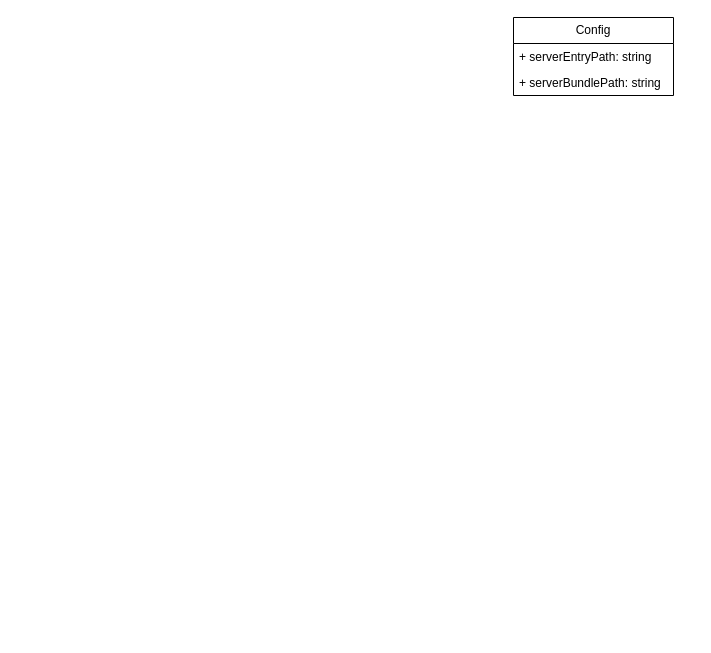
This is ssr.drawio from notthistrain/learn-gl, a draw.io file, before an edit. Source tidied: cells renumbered, new cells numbered last; positions are measured from the earlier drawing's top-left corner, leaving out a move shared by most shapes. Both pictures are drawn from the tidied source at 100%, with x=0, y=0 at pixel (513, 17).
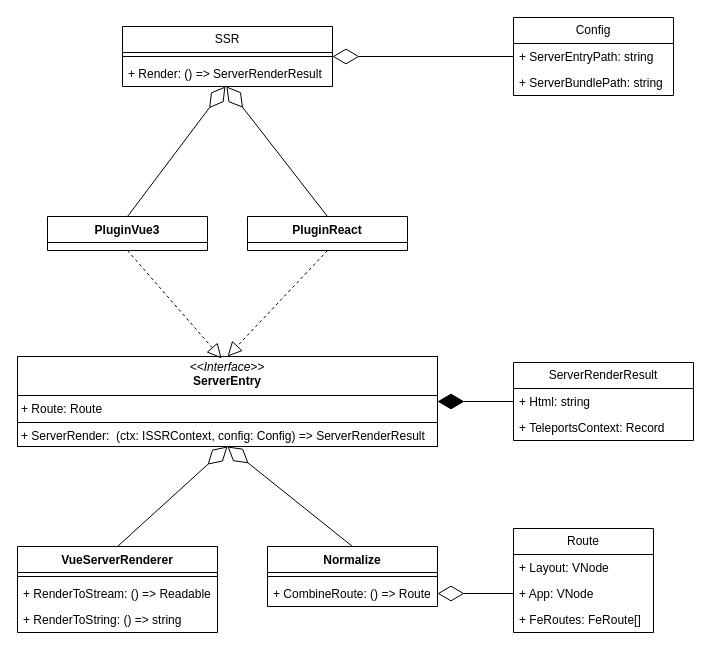
The same page after the edit.

Unchanged cells that the change refers to:
```xml
<mxCell id="2" value="Config" style="swimlane;fontStyle=0;horizontal=1;startSize=26;fillColor=none;whiteSpace=wrap;html=1;" parent="1" vertex="1">
  <mxGeometry width="160" height="78" as="geometry" />
</mxCell>
```

Change to the diagram source:
```diff
@@
-    <mxCell id="3" value="+ serverEntryPath: string" style="text;strokeColor=none;fillColor=none;align=left;verticalAlign=top;spacingLeft=4;spacingRight=4;overflow=hidden;points=[[0,0.5],[1,0.5]];portConstraint=eastwest;whiteSpace=wrap;html=1;" parent="2" vertex="1">
+    <mxCell id="3" value="+ ServerEntryPath: string" style="text;strokeColor=none;fillColor=none;align=left;verticalAlign=top;spacingLeft=4;spacingRight=4;overflow=hidden;points=[[0,0.5],[1,0.5]];portConstraint=eastwest;whiteSpace=wrap;html=1;" parent="2" vertex="1">
       <mxGeometry y="26" width="160" height="26" as="geometry" />
     </mxCell>
-    <mxCell id="4" value="+ serverBundlePath: string" style="text;strokeColor=none;fillColor=none;align=left;verticalAlign=top;spacingLeft=4;spacingRight=4;overflow=hidden;whiteSpace=wrap;html=1;" parent="2" vertex="1">
+    <mxCell id="4" value="+ ServerBundlePath: string" style="text;strokeColor=none;fillColor=none;align=left;verticalAlign=top;spacingLeft=4;spacingRight=4;overflow=hidden;whiteSpace=wrap;html=1;" parent="2" vertex="1">
       <mxGeometry y="52" width="160" height="26" as="geometry" />
     </mxCell>
+    <mxCell id="5" value="Route" style="swimlane;fontStyle=0;horizontal=1;startSize=26;fillColor=none;whiteSpace=wrap;html=1;" parent="1" vertex="1">
+      <mxGeometry y="511" width="140" height="104" as="geometry" />
+    </mxCell>
+    <mxCell id="6" value="+ Layout: VNode" style="text;strokeColor=none;fillColor=none;align=left;verticalAlign=top;spacingLeft=4;spacingRight=4;overflow=hidden;whiteSpace=wrap;html=1;" parent="5" vertex="1">
+      <mxGeometry y="26" width="140" height="26" as="geometry" />
+    </mxCell>
+    <mxCell id="7" value="+ App: VNode" style="text;strokeColor=none;fillColor=none;align=left;verticalAlign=top;spacingLeft=4;spacingRight=4;overflow=hidden;points=[[0,0.5],[1,0.5]];portConstraint=eastwest;whiteSpace=wrap;html=1;" parent="5" vertex="1">
+      <mxGeometry y="52" width="140" height="26" as="geometry" />
+    </mxCell>
+    <mxCell id="8" value="+ FeRoutes: FeRoute[]" style="text;strokeColor=none;fillColor=none;align=left;verticalAlign=top;spacingLeft=4;spacingRight=4;overflow=hidden;whiteSpace=wrap;html=1;" parent="5" vertex="1">
+      <mxGeometry y="78" width="140" height="26" as="geometry" />
+    </mxCell>
+    <mxCell id="9" value="&lt;p style=&quot;margin:0px;margin-top:4px;text-align:center;&quot;&gt;&lt;i&gt;&amp;lt;&amp;lt;Interface&amp;gt;&amp;gt;&lt;/i&gt;&lt;br&gt;&lt;b&gt;ServerEntry&lt;/b&gt;&lt;/p&gt;&lt;hr size=&quot;1&quot; style=&quot;border-style:solid;&quot;&gt;&lt;p style=&quot;margin:0px;margin-left:4px;&quot;&gt;+ Route: Route&lt;/p&gt;&lt;hr size=&quot;1&quot; style=&quot;border-style:solid;&quot;&gt;&lt;p style=&quot;margin:0px;margin-left:4px;&quot;&gt;+ ServerRender:&amp;nbsp; (ctx: ISSRContext, config: Config) =&amp;gt;&amp;nbsp;&lt;span style=&quot;text-align: center; background-color: transparent; color: light-dark(rgb(0, 0, 0), rgb(255, 255, 255));&quot;&gt;ServerRenderResult&lt;/span&gt;&lt;/p&gt;" style="verticalAlign=top;align=left;overflow=fill;html=1;whiteSpace=wrap;" parent="1" vertex="1">
+      <mxGeometry x="-496" y="339" width="420" height="90" as="geometry" />
+    </mxCell>
+    <mxCell id="10" value="ServerRenderResult" style="swimlane;fontStyle=0;horizontal=1;startSize=26;fillColor=none;whiteSpace=wrap;html=1;" parent="1" vertex="1">
+      <mxGeometry y="345" width="180" height="78" as="geometry" />
+    </mxCell>
+    <mxCell id="11" value="+ Html: string" style="text;strokeColor=none;fillColor=none;align=left;verticalAlign=top;spacingLeft=4;spacingRight=4;overflow=hidden;points=[[0,0.5],[1,0.5]];portConstraint=eastwest;whiteSpace=wrap;html=1;" parent="10" vertex="1">
+      <mxGeometry y="26" width="180" height="26" as="geometry" />
+    </mxCell>
+    <mxCell id="12" value="+ TeleportsContext: Record" style="text;strokeColor=none;fillColor=none;align=left;verticalAlign=top;spacingLeft=4;spacingRight=4;overflow=hidden;whiteSpace=wrap;html=1;" parent="10" vertex="1">
+      <mxGeometry y="52" width="180" height="26" as="geometry" />
+    </mxCell>
+    <mxCell id="13" value="PluginVue3" style="swimlane;fontStyle=1;align=center;verticalAlign=top;horizontal=1;startSize=26;whiteSpace=wrap;html=1;" parent="1" vertex="1">
+      <mxGeometry x="-466" y="199" width="160" height="34" as="geometry" />
+    </mxCell>
+    <mxCell id="14" style="endArrow=block;dashed=1;endFill=0;endSize=12;html=1;rounded=0;exitX=0.5;exitY=1;exitDx=0;exitDy=0;entryX=0.486;entryY=0.022;entryDx=0;entryDy=0;entryPerimeter=0;" parent="1" edge="1" source="13" target="9">
+      <mxGeometry relative="1" as="geometry" />
+    </mxCell>
+    <mxCell id="15" value="PluginReact" style="swimlane;fontStyle=1;align=center;verticalAlign=top;horizontal=1;startSize=26;whiteSpace=wrap;html=1;" parent="1" vertex="1">
+      <mxGeometry x="-266" y="199" width="160" height="34" as="geometry" />
+    </mxCell>
+    <mxCell id="16" style="endArrow=block;dashed=1;endFill=0;endSize=12;html=1;rounded=0;exitX=0.5;exitY=1;exitDx=0;exitDy=0;entryX=0.5;entryY=0;entryDx=0;entryDy=0;" parent="1" edge="1" source="15" target="9">
+      <mxGeometry relative="1" as="geometry" />
+    </mxCell>
+    <mxCell id="17" style="endArrow=diamondThin;endFill=0;endSize=24;html=1;rounded=0;entryX=0.5;entryY=1;entryDx=0;entryDy=0;exitX=0.5;exitY=0;exitDx=0;exitDy=0;" parent="1" edge="1" source="18" target="9">
+      <mxGeometry relative="1" as="geometry" />
+    </mxCell>
+    <mxCell id="18" value="VueServerRenderer" style="swimlane;fontStyle=1;align=center;verticalAlign=top;horizontal=1;startSize=26;whiteSpace=wrap;html=1;" parent="1" vertex="1">
+      <mxGeometry x="-496" y="529" width="200" height="86" as="geometry" />
+    </mxCell>
+    <mxCell id="19" style="line;strokeWidth=1;fillColor=none;align=left;verticalAlign=middle;spacingTop=-1;spacingLeft=3;spacingRight=3;labelPosition=right;strokeColor=inherit;" parent="18" vertex="1">
+      <mxGeometry y="26" width="200" height="8" as="geometry" />
+    </mxCell>
+    <mxCell id="20" value="+ RenderToStream: () =&amp;gt; Readable" style="text;strokeColor=none;fillColor=none;align=left;verticalAlign=top;spacingLeft=4;spacingRight=4;overflow=hidden;whiteSpace=wrap;html=1;" parent="18" vertex="1">
+      <mxGeometry y="34" width="200" height="26" as="geometry" />
+    </mxCell>
+    <mxCell id="21" value="+ RenderToString: () =&amp;gt; string" style="text;strokeColor=none;fillColor=none;align=left;verticalAlign=top;spacingLeft=4;spacingRight=4;overflow=hidden;whiteSpace=wrap;html=1;" parent="18" vertex="1">
+      <mxGeometry y="60" width="200" height="26" as="geometry" />
+    </mxCell>
+    <mxCell id="22" value="Normalize" style="swimlane;fontStyle=1;align=center;verticalAlign=top;horizontal=1;startSize=26;whiteSpace=wrap;html=1;" parent="1" vertex="1">
+      <mxGeometry x="-246" y="529" width="170" height="60" as="geometry" />
+    </mxCell>
+    <mxCell id="23" style="line;strokeWidth=1;fillColor=none;align=left;verticalAlign=middle;spacingTop=-1;spacingLeft=3;spacingRight=3;labelPosition=right;strokeColor=inherit;" parent="22" vertex="1">
+      <mxGeometry y="26" width="170" height="8" as="geometry" />
+    </mxCell>
+    <mxCell id="24" value="+ CombineRoute: () =&amp;gt; Route" style="text;strokeColor=none;fillColor=none;align=left;verticalAlign=top;spacingLeft=4;spacingRight=4;overflow=hidden;points=[[0,0.5],[1,0.5]];portConstraint=eastwest;whiteSpace=wrap;html=1;" parent="22" vertex="1">
+      <mxGeometry y="34" width="170" height="26" as="geometry" />
+    </mxCell>
+    <mxCell id="25" style="endArrow=diamondThin;endFill=0;endSize=24;html=1;rounded=0;exitX=0.5;exitY=0;exitDx=0;exitDy=0;" parent="1" edge="1" source="22">
+      <mxGeometry relative="1" as="geometry">
+        <mxPoint x="-286" y="429" as="targetPoint" />
+      </mxGeometry>
+    </mxCell>
+    <mxCell id="26" value="SSR" style="swimlane;fontStyle=0;horizontal=1;startSize=26;fillColor=none;whiteSpace=wrap;html=1;" parent="1" vertex="1">
+      <mxGeometry x="-391" y="9" width="210" height="60" as="geometry" />
+    </mxCell>
+    <mxCell id="27" style="line;strokeWidth=1;fillColor=none;align=left;verticalAlign=middle;spacingTop=-1;spacingLeft=3;spacingRight=3;labelPosition=right;strokeColor=inherit;" parent="26" vertex="1">
+      <mxGeometry y="26" width="210" height="8" as="geometry" />
+    </mxCell>
+    <mxCell id="28" value="+ Render: () =&amp;gt;&amp;nbsp;&lt;span style=&quot;text-align: center;&quot;&gt;ServerRenderResult&lt;/span&gt;" style="text;strokeColor=none;fillColor=none;align=left;verticalAlign=top;spacingLeft=4;spacingRight=4;overflow=hidden;points=[[0,0.5],[1,0.5]];portConstraint=eastwest;whiteSpace=wrap;html=1;" parent="26" vertex="1">
+      <mxGeometry y="34" width="210" height="26" as="geometry" />
+    </mxCell>
+    <mxCell id="29" style="endArrow=diamondThin;endFill=0;endSize=24;html=1;rounded=0;entryX=0.49;entryY=1;entryDx=0;entryDy=0;entryPerimeter=0;exitX=0.5;exitY=0;exitDx=0;exitDy=0;" parent="1" edge="1" source="13" target="28">
+      <mxGeometry relative="1" as="geometry" />
+    </mxCell>
+    <mxCell id="30" style="endArrow=diamondThin;endFill=0;endSize=24;html=1;rounded=0;entryX=0.495;entryY=1;entryDx=0;entryDy=0;entryPerimeter=0;exitX=0.5;exitY=0;exitDx=0;exitDy=0;" parent="1" edge="1" source="15" target="28">
+      <mxGeometry relative="1" as="geometry" />
+    </mxCell>
+    <mxCell id="31" style="endArrow=diamondThin;endFill=0;endSize=24;html=1;rounded=0;exitX=0;exitY=0.5;exitDx=0;exitDy=0;entryX=1;entryY=0.5;entryDx=0;entryDy=0;" parent="1" edge="1" source="3" target="26">
+      <mxGeometry relative="1" as="geometry" />
+    </mxCell>
+    <mxCell id="32" style="endArrow=diamondThin;endFill=0;endSize=24;html=1;rounded=0;exitX=0;exitY=0.5;exitDx=0;exitDy=0;entryX=1;entryY=0.5;entryDx=0;entryDy=0;" parent="1" edge="1" source="7" target="24">
+      <mxGeometry relative="1" as="geometry" />
+    </mxCell>
+    <mxCell id="33" style="endArrow=diamondThin;endFill=1;endSize=24;html=1;rounded=0;entryX=1;entryY=0.5;entryDx=0;entryDy=0;exitX=0;exitY=0.5;exitDx=0;exitDy=0;" parent="1" edge="1" source="11" target="9">
+      <mxGeometry relative="1" as="geometry" />
+    </mxCell>
```
